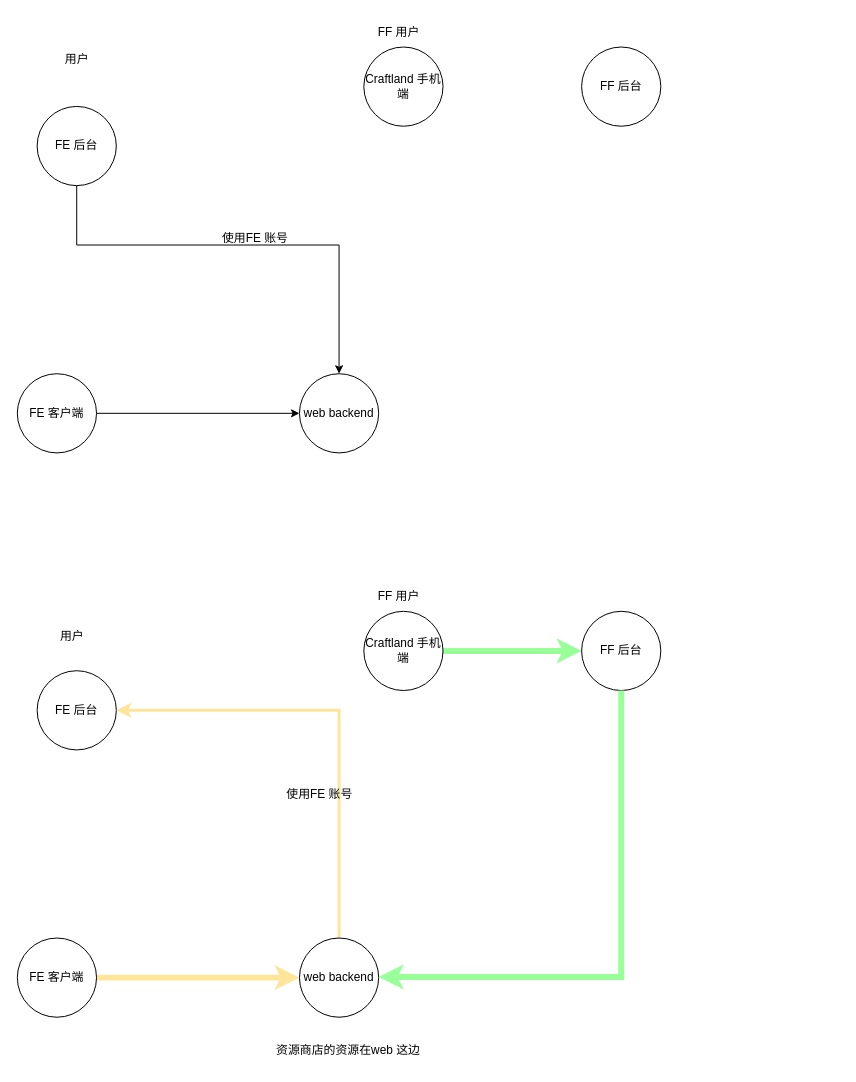
onlyonedaniel/wiki keeps this draw.io diagram as 资源商店.drawio. Above is the earlier version. Source tidied: cells renumbered, new cells numbered last; positions are measured from the earlier drawing's top-left corner, leaving out a move shared by most shapes. Both pictures are drawn from the tidied source at 99%, with x=0, y=0 at pixel (17, 17).
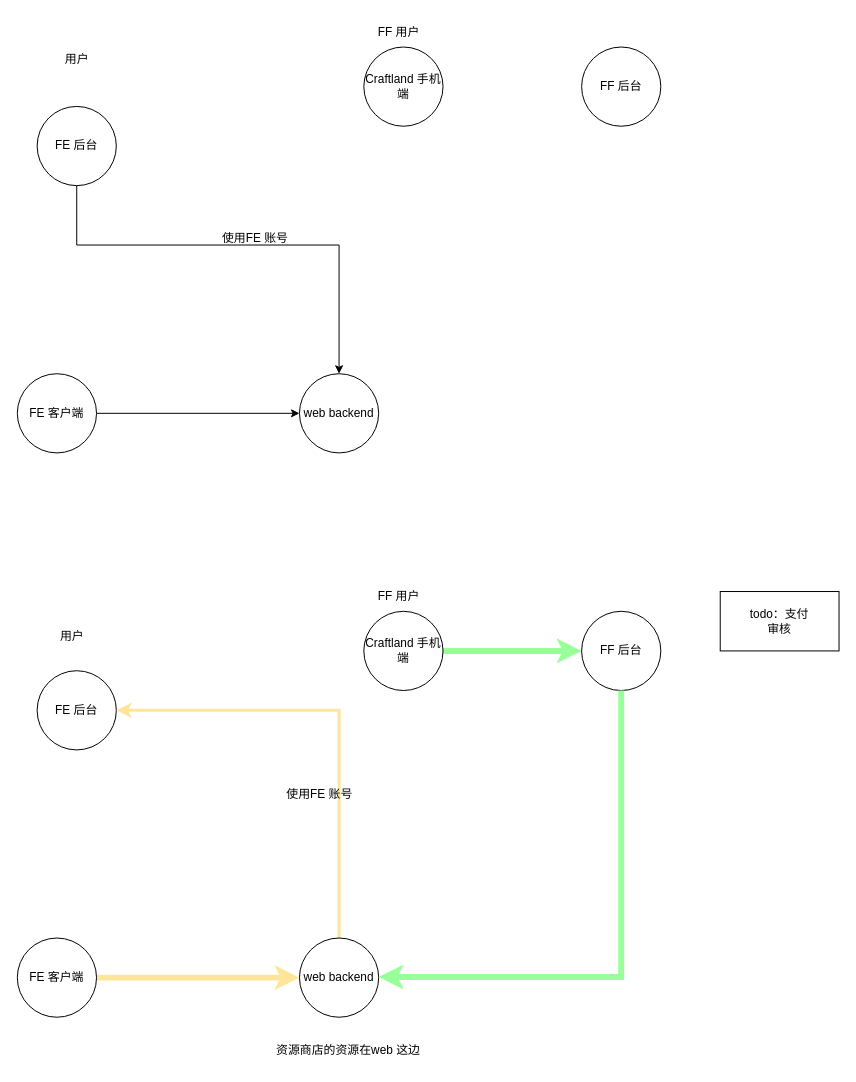
Above is the later version.

Diff of the diagram source:
```diff
@@
+    <mxCell id="25" value="todo：支付&lt;div&gt;审核&lt;/div&gt;" style="whiteSpace=wrap;html=1;" parent="1" vertex="1">
+      <mxGeometry x="710" y="580" width="120" height="60" as="geometry" />
+    </mxCell>
```
